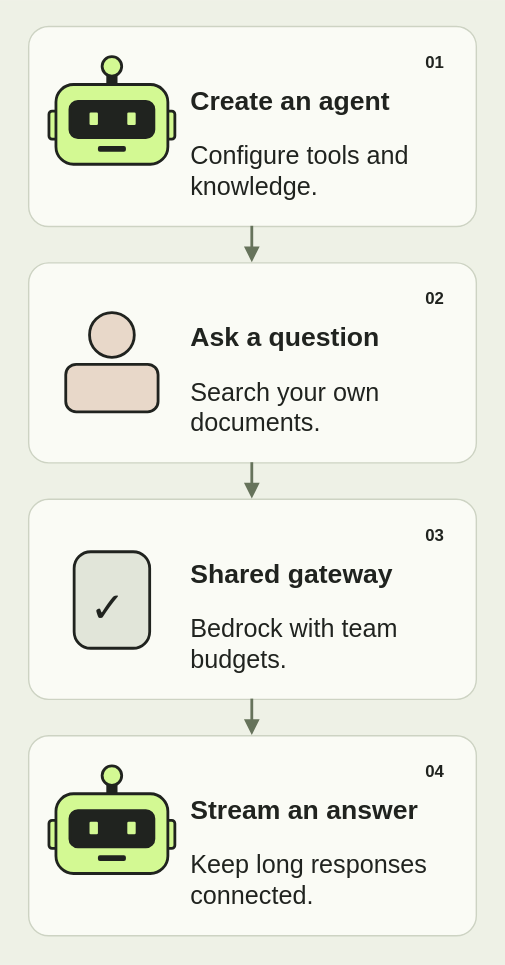
Earlier version of the draw.io export images/agents/studio-mobile.svg (youngfreezy/youngfreezy.github.io). Source tidied: cells renumbered, new cells last; positions are measured from the earlier drawing's top-left corner, leaving out a move shared by most shapes.
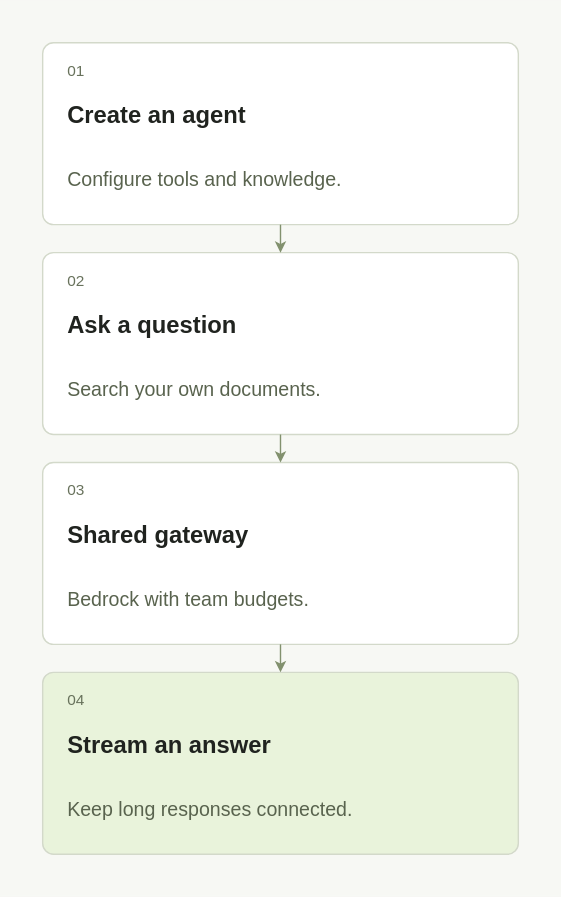
After the commit.

The edit, as a diff of the source:
```diff
@@ -1,132 +1,66 @@
-<mxGraphModel background="#eef1e6">
+<mxGraphModel background="#f7f8f4">
   <root>
     <mxCell id="0" />
     <mxCell id="1" parent="0" />
-    <mxCell id="2" style="fillColor=#eef1e6;strokeColor=none;html=1;fontFamily=Helvetica;fontColor=#20231f;" parent="1" vertex="1">
-      <mxGeometry width="360" height="688" as="geometry" />
-    </mxCell>
-    <mxCell id="3" style="rounded=1;arcSize=10;fillColor=#fafbf5;strokeColor=#cdd3c3;strokeWidth=1;html=1;fontFamily=Helvetica;fontColor=#20231f;" parent="1" vertex="1">
-      <mxGeometry x="20" y="18" width="320" height="143" as="geometry" />
-    </mxCell>
-    <mxCell id="4" style="rounded=1;arcSize=22;strokeWidth=2;strokeColor=#20231f;fillColor=#20231f;html=1;fontFamily=Helvetica;fontColor=#20231f;" parent="3" vertex="1">
-      <mxGeometry x="57" y="29" width="6" height="14" as="geometry" />
-    </mxCell>
-    <mxCell id="5" style="ellipse;fillColor=#d3f993;strokeColor=#20231f;strokeWidth=2;html=1;fontFamily=Helvetica;fontColor=#20231f;" parent="3" vertex="1">
-      <mxGeometry x="53" y="22" width="14" height="14" as="geometry" />
-    </mxCell>
-    <mxCell id="6" style="rounded=1;arcSize=22;strokeWidth=2;strokeColor=#20231f;fillColor=#d3f993;html=1;fontFamily=Helvetica;fontColor=#20231f;" parent="3" vertex="1">
-      <mxGeometry x="15" y="61" width="10" height="20" as="geometry" />
-    </mxCell>
-    <mxCell id="7" style="rounded=1;arcSize=22;strokeWidth=2;strokeColor=#20231f;fillColor=#d3f993;html=1;fontFamily=Helvetica;fontColor=#20231f;" parent="3" vertex="1">
-      <mxGeometry x="95" y="61" width="10" height="20" as="geometry" />
-    </mxCell>
-    <mxCell id="8" style="rounded=1;arcSize=22;strokeWidth=2;strokeColor=#20231f;fillColor=#d3f993;html=1;fontFamily=Helvetica;fontColor=#20231f;" parent="3" vertex="1">
-      <mxGeometry x="20" y="42" width="80" height="57" as="geometry" />
-    </mxCell>
-    <mxCell id="9" style="rounded=1;arcSize=22;strokeWidth=2;strokeColor=#20231f;fillColor=#20231f;html=1;fontFamily=Helvetica;fontColor=#20231f;" parent="3" vertex="1">
-      <mxGeometry x="30" y="54" width="60" height="26" as="geometry" />
-    </mxCell>
-    <mxCell id="10" style="rounded=1;fillColor=#d3f993;strokeColor=none;html=1;fontFamily=Helvetica;fontColor=#20231f;" parent="3" vertex="1">
-      <mxGeometry x="44" y="62" width="6" height="9" as="geometry" />
-    </mxCell>
-    <mxCell id="11" style="rounded=1;fillColor=#d3f993;strokeColor=none;html=1;fontFamily=Helvetica;fontColor=#20231f;" parent="3" vertex="1">
-      <mxGeometry x="71" y="62" width="6" height="9" as="geometry" />
-    </mxCell>
-    <mxCell id="12" style="rounded=1;arcSize=22;strokeWidth=2;strokeColor=#20231f;fillColor=#20231f;html=1;fontFamily=Helvetica;fontColor=#20231f;" parent="3" vertex="1">
-      <mxGeometry x="51" y="87" width="18" height="2" as="geometry" />
-    </mxCell>
+    <mxCell id="44" style="html=1;fontFamily=Helvetica;fillColor=#f7f8f4;strokeColor=none;" parent="1" vertex="1">
+      <mxGeometry width="400" height="640" as="geometry" />
+    </mxCell>
+    <mxCell id="45" style="html=1;fontFamily=Helvetica;rounded=1;arcSize=6;fillColor=#ffffff;strokeColor=#d3d9ca;" parent="44" vertex="1">
+      <mxGeometry x="30" y="30" width="340" height="130" as="geometry" />
+    </mxCell>
-    <mxCell id="13" value="01" style="text;strokeColor=none;fillColor=none;fontSize=12;fontStyle=1;html=1;fontFamily=Helvetica;fontColor=#20231f;" parent="3" vertex="1">
-      <mxGeometry x="282" y="12" width="24" height="22" as="geometry" />
+    <mxCell id="13" value="01" style="html=1;fontFamily=Helvetica;text;whiteSpace=wrap;align=left;verticalAlign=middle;fillColor=none;strokeColor=none;fontSize=11;fontColor=#68725c;" parent="45" vertex="1">
+      <mxGeometry x="16" y="12" width="308" height="16" as="geometry" />
     </mxCell>
-    <mxCell id="14" value="Create an agent" style="text;strokeColor=none;fillColor=none;fontSize=19;fontStyle=1;align=left;html=1;fontFamily=Helvetica;fontColor=#20231f;" parent="3" vertex="1">
-      <mxGeometry x="114" y="36" width="190" height="32" as="geometry" />
+    <mxCell id="14" value="Create an agent" style="html=1;fontFamily=Helvetica;text;whiteSpace=wrap;align=left;verticalAlign=middle;fillColor=none;strokeColor=none;fontSize=17;fontColor=#20231f;fontStyle=1;" parent="45" vertex="1">
+      <mxGeometry x="16" y="34" width="308" height="38" as="geometry" />
     </mxCell>
-    <mxCell id="15" value="Configure tools and knowledge." style="text;whiteSpace=wrap;strokeColor=none;fillColor=none;fontSize=18;align=left;html=1;fontFamily=Helvetica;fontColor=#20231f;" parent="3" vertex="1">
-      <mxGeometry x="114" y="76" width="184" height="48" as="geometry" />
+    <mxCell id="15" value="Configure tools and knowledge." style="html=1;fontFamily=Helvetica;text;whiteSpace=wrap;align=left;verticalAlign=middle;fillColor=none;strokeColor=none;fontSize=14;fontColor=#59634e;" parent="45" vertex="1">
+      <mxGeometry x="16" y="80" width="308" height="36" as="geometry" />
     </mxCell>
-    <mxCell id="16" style="rounded=1;arcSize=10;fillColor=#fafbf5;strokeColor=#cdd3c3;strokeWidth=1;html=1;fontFamily=Helvetica;fontColor=#20231f;" parent="1" vertex="1">
-      <mxGeometry x="20" y="187" width="320" height="143" as="geometry" />
-    </mxCell>
-    <mxCell id="17" style="ellipse;fillColor=#e8d8c9;strokeColor=#20231f;strokeWidth=2;html=1;fontFamily=Helvetica;fontColor=#20231f;" parent="16" vertex="1">
-      <mxGeometry x="44" y="36" width="32" height="32" as="geometry" />
-    </mxCell>
-    <mxCell id="18" style="rounded=1;arcSize=22;strokeWidth=2;strokeColor=#20231f;fillColor=#e8d8c9;html=1;fontFamily=Helvetica;fontColor=#20231f;" parent="16" vertex="1">
-      <mxGeometry x="27" y="73" width="66" height="34" as="geometry" />
-    </mxCell>
+    <mxCell id="46" style="html=1;fontFamily=Helvetica;rounded=1;arcSize=6;fillColor=#ffffff;strokeColor=#d3d9ca;" parent="44" vertex="1">
+      <mxGeometry x="30" y="180" width="340" height="130" as="geometry" />
+    </mxCell>
-    <mxCell id="19" value="02" style="text;strokeColor=none;fillColor=none;fontSize=12;fontStyle=1;html=1;fontFamily=Helvetica;fontColor=#20231f;" parent="16" vertex="1">
-      <mxGeometry x="282" y="12" width="24" height="22" as="geometry" />
+    <mxCell id="19" value="02" style="html=1;fontFamily=Helvetica;text;whiteSpace=wrap;align=left;verticalAlign=middle;fillColor=none;strokeColor=none;fontSize=11;fontColor=#68725c;" parent="46" vertex="1">
+      <mxGeometry x="16" y="12" width="308" height="16" as="geometry" />
     </mxCell>
-    <mxCell id="20" value="Ask a question" style="text;strokeColor=none;fillColor=none;fontSize=19;fontStyle=1;align=left;html=1;fontFamily=Helvetica;fontColor=#20231f;" parent="16" vertex="1">
-      <mxGeometry x="114" y="36" width="190" height="32" as="geometry" />
+    <mxCell id="20" value="Ask a question" style="html=1;fontFamily=Helvetica;text;whiteSpace=wrap;align=left;verticalAlign=middle;fillColor=none;strokeColor=none;fontSize=17;fontColor=#20231f;fontStyle=1;" parent="46" vertex="1">
+      <mxGeometry x="16" y="34" width="308" height="38" as="geometry" />
     </mxCell>
-    <mxCell id="21" value="Search your own documents." style="text;whiteSpace=wrap;strokeColor=none;fillColor=none;fontSize=18;align=left;html=1;fontFamily=Helvetica;fontColor=#20231f;" parent="16" vertex="1">
-      <mxGeometry x="114" y="76" width="184" height="48" as="geometry" />
+    <mxCell id="21" value="Search your own documents." style="html=1;fontFamily=Helvetica;text;whiteSpace=wrap;align=left;verticalAlign=middle;fillColor=none;strokeColor=none;fontSize=14;fontColor=#59634e;" parent="46" vertex="1">
+      <mxGeometry x="16" y="80" width="308" height="36" as="geometry" />
     </mxCell>
-    <mxCell id="22" style="rounded=1;arcSize=10;fillColor=#fafbf5;strokeColor=#cdd3c3;strokeWidth=1;html=1;fontFamily=Helvetica;fontColor=#20231f;" parent="1" vertex="1">
-      <mxGeometry x="20" y="356" width="320" height="143" as="geometry" />
-    </mxCell>
-    <mxCell id="23" style="rounded=1;arcSize=22;strokeWidth=2;strokeColor=#20231f;fillColor=#e1e5d9;html=1;fontFamily=Helvetica;fontColor=#20231f;" parent="22" vertex="1">
-      <mxGeometry x="33" y="38" width="54" height="69" as="geometry" />
-    </mxCell>
-    <mxCell id="24" value="✓" style="text;strokeColor=none;fillColor=none;fontSize=30;html=1;fontFamily=Helvetica;fontColor=#20231f;" parent="22" vertex="1">
-      <mxGeometry x="42" y="53" width="36" height="37" as="geometry" />
-    </mxCell>
+    <mxCell id="47" style="edgeStyle=orthogonalEdgeStyle;rounded=1;jettySize=auto;strokeColor=#82916e;strokeWidth=1;endArrow=classic;endSize=5;exitX=.5;exitY=1;entryX=.5;entryY=0;" parent="44" edge="1" source="45" target="46">
+      <mxGeometry relative="1" as="geometry" />
+    </mxCell>
+    <mxCell id="48" style="html=1;fontFamily=Helvetica;rounded=1;arcSize=6;fillColor=#ffffff;strokeColor=#d3d9ca;" parent="44" vertex="1">
+      <mxGeometry x="30" y="330" width="340" height="130" as="geometry" />
+    </mxCell>
-    <mxCell id="25" value="03" style="text;strokeColor=none;fillColor=none;fontSize=12;fontStyle=1;html=1;fontFamily=Helvetica;fontColor=#20231f;" parent="22" vertex="1">
-      <mxGeometry x="282" y="12" width="24" height="22" as="geometry" />
+    <mxCell id="25" value="03" style="html=1;fontFamily=Helvetica;text;whiteSpace=wrap;align=left;verticalAlign=middle;fillColor=none;strokeColor=none;fontSize=11;fontColor=#68725c;" parent="48" vertex="1">
+      <mxGeometry x="16" y="12" width="308" height="16" as="geometry" />
     </mxCell>
-    <mxCell id="26" value="Shared gateway" style="text;strokeColor=none;fillColor=none;fontSize=19;fontStyle=1;align=left;html=1;fontFamily=Helvetica;fontColor=#20231f;" parent="22" vertex="1">
-      <mxGeometry x="114" y="36" width="190" height="32" as="geometry" />
+    <mxCell id="26" value="Shared gateway" style="html=1;fontFamily=Helvetica;text;whiteSpace=wrap;align=left;verticalAlign=middle;fillColor=none;strokeColor=none;fontSize=17;fontColor=#20231f;fontStyle=1;" parent="48" vertex="1">
+      <mxGeometry x="16" y="34" width="308" height="38" as="geometry" />
     </mxCell>
-    <mxCell id="27" value="Bedrock with team budgets." style="text;whiteSpace=wrap;strokeColor=none;fillColor=none;fontSize=18;align=left;html=1;fontFamily=Helvetica;fontColor=#20231f;" parent="22" vertex="1">
-      <mxGeometry x="114" y="76" width="184" height="48" as="geometry" />
+    <mxCell id="27" value="Bedrock with team budgets." style="html=1;fontFamily=Helvetica;text;whiteSpace=wrap;align=left;verticalAlign=middle;fillColor=none;strokeColor=none;fontSize=14;fontColor=#59634e;" parent="48" vertex="1">
+      <mxGeometry x="16" y="80" width="308" height="36" as="geometry" />
     </mxCell>
-    <mxCell id="28" style="rounded=1;arcSize=10;fillColor=#fafbf5;strokeColor=#cdd3c3;strokeWidth=1;html=1;fontFamily=Helvetica;fontColor=#20231f;" parent="1" vertex="1">
-      <mxGeometry x="20" y="525" width="320" height="143" as="geometry" />
-    </mxCell>
-    <mxCell id="29" style="rounded=1;arcSize=22;strokeWidth=2;strokeColor=#20231f;fillColor=#20231f;html=1;fontFamily=Helvetica;fontColor=#20231f;" parent="28" vertex="1">
-      <mxGeometry x="57" y="29" width="6" height="14" as="geometry" />
-    </mxCell>
-    <mxCell id="30" style="ellipse;fillColor=#d3f993;strokeColor=#20231f;strokeWidth=2;html=1;fontFamily=Helvetica;fontColor=#20231f;" parent="28" vertex="1">
-      <mxGeometry x="53" y="22" width="14" height="14" as="geometry" />
-    </mxCell>
-    <mxCell id="31" style="rounded=1;arcSize=22;strokeWidth=2;strokeColor=#20231f;fillColor=#d3f993;html=1;fontFamily=Helvetica;fontColor=#20231f;" parent="28" vertex="1">
-      <mxGeometry x="15" y="61" width="10" height="20" as="geometry" />
-    </mxCell>
-    <mxCell id="32" style="rounded=1;arcSize=22;strokeWidth=2;strokeColor=#20231f;fillColor=#d3f993;html=1;fontFamily=Helvetica;fontColor=#20231f;" parent="28" vertex="1">
-      <mxGeometry x="95" y="61" width="10" height="20" as="geometry" />
-    </mxCell>
-    <mxCell id="33" style="rounded=1;arcSize=22;strokeWidth=2;strokeColor=#20231f;fillColor=#d3f993;html=1;fontFamily=Helvetica;fontColor=#20231f;" parent="28" vertex="1">
-      <mxGeometry x="20" y="42" width="80" height="57" as="geometry" />
-    </mxCell>
-    <mxCell id="34" style="rounded=1;arcSize=22;strokeWidth=2;strokeColor=#20231f;fillColor=#20231f;html=1;fontFamily=Helvetica;fontColor=#20231f;" parent="28" vertex="1">
-      <mxGeometry x="30" y="54" width="60" height="26" as="geometry" />
-    </mxCell>
-    <mxCell id="35" style="rounded=1;fillColor=#d3f993;strokeColor=none;html=1;fontFamily=Helvetica;fontColor=#20231f;" parent="28" vertex="1">
-      <mxGeometry x="44" y="62" width="6" height="9" as="geometry" />
-    </mxCell>
-    <mxCell id="36" style="rounded=1;fillColor=#d3f993;strokeColor=none;html=1;fontFamily=Helvetica;fontColor=#20231f;" parent="28" vertex="1">
-      <mxGeometry x="71" y="62" width="6" height="9" as="geometry" />
-    </mxCell>
-    <mxCell id="37" style="rounded=1;arcSize=22;strokeWidth=2;strokeColor=#20231f;fillColor=#20231f;html=1;fontFamily=Helvetica;fontColor=#20231f;" parent="28" vertex="1">
-      <mxGeometry x="51" y="87" width="18" height="2" as="geometry" />
-    </mxCell>
+    <mxCell id="49" style="edgeStyle=orthogonalEdgeStyle;rounded=1;jettySize=auto;strokeColor=#82916e;strokeWidth=1;endArrow=classic;endSize=5;exitX=.5;exitY=1;entryX=.5;entryY=0;" parent="44" edge="1" source="46" target="48">
+      <mxGeometry relative="1" as="geometry" />
+    </mxCell>
+    <mxCell id="50" style="html=1;fontFamily=Helvetica;rounded=1;arcSize=6;fillColor=#e9f3db;strokeColor=#d3d9ca;" parent="44" vertex="1">
+      <mxGeometry x="30" y="480" width="340" height="130" as="geometry" />
+    </mxCell>
-    <mxCell id="38" value="04" style="text;strokeColor=none;fillColor=none;fontSize=12;fontStyle=1;html=1;fontFamily=Helvetica;fontColor=#20231f;" parent="28" vertex="1">
-      <mxGeometry x="282" y="12" width="24" height="22" as="geometry" />
+    <mxCell id="38" value="04" style="html=1;fontFamily=Helvetica;text;whiteSpace=wrap;align=left;verticalAlign=middle;fillColor=none;strokeColor=none;fontSize=11;fontColor=#68725c;" parent="50" vertex="1">
+      <mxGeometry x="16" y="12" width="308" height="16" as="geometry" />
     </mxCell>
-    <mxCell id="39" value="Stream an answer" style="text;strokeColor=none;fillColor=none;fontSize=19;fontStyle=1;align=left;html=1;fontFamily=Helvetica;fontColor=#20231f;" parent="28" vertex="1">
-      <mxGeometry x="114" y="36" width="190" height="32" as="geometry" />
+    <mxCell id="39" value="Stream an answer" style="html=1;fontFamily=Helvetica;text;whiteSpace=wrap;align=left;verticalAlign=middle;fillColor=none;strokeColor=none;fontSize=17;fontColor=#20231f;fontStyle=1;" parent="50" vertex="1">
+      <mxGeometry x="16" y="34" width="308" height="38" as="geometry" />
     </mxCell>
-    <mxCell id="40" value="Keep long responses connected." style="text;whiteSpace=wrap;strokeColor=none;fillColor=none;fontSize=18;align=left;html=1;fontFamily=Helvetica;fontColor=#20231f;" parent="28" vertex="1">
-      <mxGeometry x="114" y="76" width="184" height="48" as="geometry" />
+    <mxCell id="40" value="Keep long responses connected." style="html=1;fontFamily=Helvetica;text;whiteSpace=wrap;align=left;verticalAlign=middle;fillColor=none;strokeColor=none;fontSize=14;fontColor=#59634e;" parent="50" vertex="1">
+      <mxGeometry x="16" y="80" width="308" height="36" as="geometry" />
     </mxCell>
-    <mxCell id="41" style="edgeStyle=orthogonalEdgeStyle;rounded=1;jettySize=auto;strokeColor=#66735b;strokeWidth=2;endArrow=block;endFill=1;exitX=0.5;exitY=1;entryX=0.5;entryY=0;" parent="1" edge="1" source="3" target="16">
-      <mxGeometry relative="1" as="geometry" />
-    </mxCell>
-    <mxCell id="42" style="edgeStyle=orthogonalEdgeStyle;rounded=1;jettySize=auto;strokeColor=#66735b;strokeWidth=2;endArrow=block;endFill=1;exitX=0.5;exitY=1;entryX=0.5;entryY=0;" parent="1" edge="1" source="16" target="22">
-      <mxGeometry relative="1" as="geometry" />
-    </mxCell>
-    <mxCell id="43" style="edgeStyle=orthogonalEdgeStyle;rounded=1;jettySize=auto;strokeColor=#66735b;strokeWidth=2;endArrow=block;endFill=1;exitX=0.5;exitY=1;entryX=0.5;entryY=0;" parent="1" edge="1" source="22" target="28">
-      <mxGeometry relative="1" as="geometry" />
-    </mxCell>
+    <mxCell id="51" style="edgeStyle=orthogonalEdgeStyle;rounded=1;jettySize=auto;strokeColor=#82916e;strokeWidth=1;endArrow=classic;endSize=5;exitX=.5;exitY=1;entryX=.5;entryY=0;" parent="44" edge="1" source="48" target="50">
+      <mxGeometry relative="1" as="geometry" />
+    </mxCell>
   </root>
 </mxGraphModel>
```
